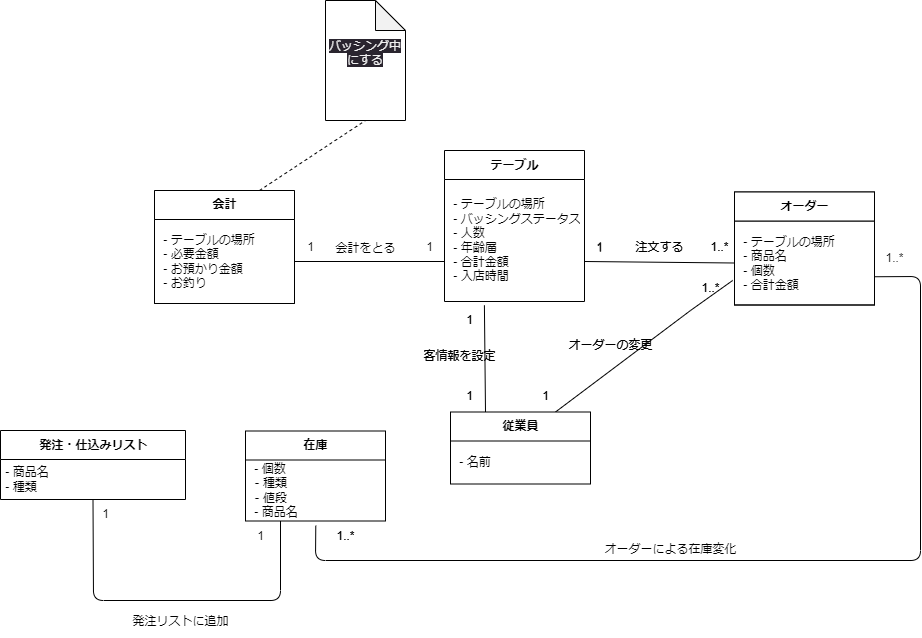
MasakiHiguchi/--- keeps this draw.io diagram as psp4/クラス図/クラス図_統合版.drawio.png. Above is the earlier version. Source tidied: cells renumbered, new cells last; positions are measured from the earlier drawing's top-left corner, leaving out a move shared by most shapes.
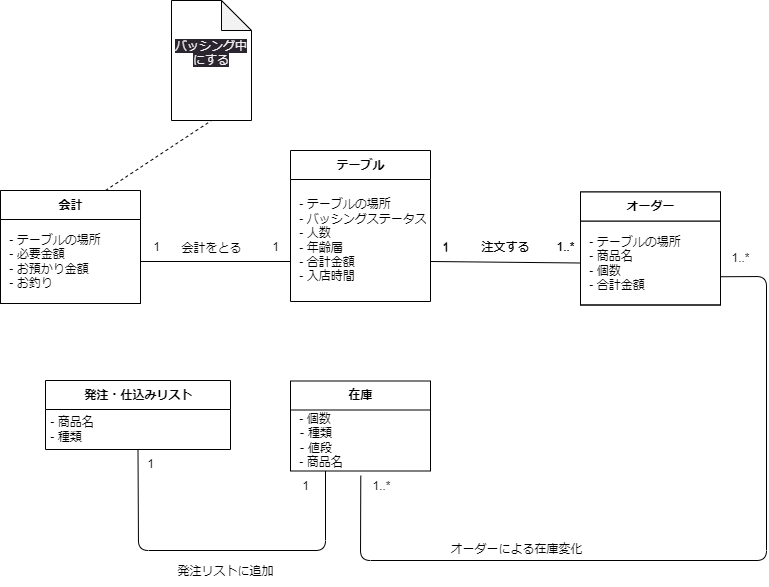
The same diagram one commit later.

What changed in the source:
```diff
@@ -23,32 +23,6 @@
     <mxCell id="8" value="注文する" style="text;html=1;align=center;verticalAlign=middle;strokeColor=none;fillColor=none;" parent="1" vertex="1">
       <mxGeometry x="624" y="231.5" width="70" height="30" as="geometry" />
     </mxCell>
-    <mxCell id="9" style="edgeStyle=none;html=1;exitX=0.25;exitY=0;exitDx=0;exitDy=0;entryX=0.285;entryY=1.031;entryDx=0;entryDy=0;entryPerimeter=0;endArrow=none;endFill=0;" parent="1" edge="1" source="11" target="3">
-      <mxGeometry relative="1" as="geometry" />
-    </mxCell>
-    <mxCell id="10" style="edgeStyle=none;html=1;exitX=0.75;exitY=0;exitDx=0;exitDy=0;entryX=-0.013;entryY=0.708;entryDx=0;entryDy=0;entryPerimeter=0;endArrow=none;endFill=0;" parent="1" edge="1" source="11">
-      <mxGeometry relative="1" as="geometry">
-        <mxPoint x="732.2" y="280" as="targetPoint" />
-        <Array as="points">
-          <mxPoint x="690" y="310" />
-        </Array>
-      </mxGeometry>
-    </mxCell>
-    <mxCell id="11" value="従業員" style="swimlane;fontStyle=1;align=center;verticalAlign=middle;horizontal=1;startSize=29;html=1;" parent="1" vertex="1">
-      <mxGeometry x="450" y="411.5" width="140" height="72" as="geometry" />
-    </mxCell>
-    <mxCell id="12" value="&amp;nbsp;- 名前" style="text;html=1;strokeColor=none;fillColor=none;align=left;verticalAlign=middle;spacingLeft=4;spacingRight=4;overflow=hidden;" parent="11" vertex="1">
-      <mxGeometry y="29" width="140" height="43" as="geometry" />
-    </mxCell>
-    <mxCell id="13" value="1" style="text;html=1;align=center;verticalAlign=middle;strokeColor=none;fillColor=none;" parent="1" vertex="1">
-      <mxGeometry x="454" y="381.5" width="30" height="30" as="geometry" />
-    </mxCell>
-    <mxCell id="14" value="1" style="text;html=1;align=center;verticalAlign=middle;strokeColor=none;fillColor=none;" parent="1" vertex="1">
-      <mxGeometry x="454" y="304.5" width="30" height="30" as="geometry" />
-    </mxCell>
-    <mxCell id="15" value="客情報を設定" style="text;html=1;align=center;verticalAlign=middle;strokeColor=none;fillColor=none;" parent="1" vertex="1">
-      <mxGeometry x="409" y="341.5" width="100" height="30" as="geometry" />
-    </mxCell>
     <mxCell id="16" value="会計" style="swimlane;fontStyle=1;align=center;verticalAlign=middle;horizontal=1;startSize=29;html=1;" parent="1" vertex="1">
       <mxGeometry x="154" y="190" width="140" height="113" as="geometry" />
     </mxCell>
@@ -64,25 +38,16 @@
     <mxCell id="20" value="会計をとる" style="text;html=1;align=center;verticalAlign=middle;strokeColor=none;fillColor=none;" parent="1" vertex="1">
       <mxGeometry x="325" y="233" width="80" height="30" as="geometry" />
     </mxCell>
-    <mxCell id="21" value="1" style="text;html=1;align=center;verticalAlign=middle;strokeColor=none;fillColor=none;" parent="1" vertex="1">
-      <mxGeometry x="530" y="381.5" width="30" height="30" as="geometry" />
-    </mxCell>
-    <mxCell id="22" value="1..*" style="text;html=1;align=center;verticalAlign=middle;strokeColor=none;fillColor=none;" parent="1" vertex="1">
-      <mxGeometry x="690" y="273" width="40" height="30" as="geometry" />
-    </mxCell>
-    <mxCell id="23" value="オーダーの変更" style="text;html=1;align=center;verticalAlign=middle;strokeColor=none;fillColor=none;" parent="1" vertex="1">
-      <mxGeometry x="555" y="330" width="110" height="30" as="geometry" />
-    </mxCell>
     <mxCell id="24" style="edgeStyle=none;html=1;exitX=0.25;exitY=1;exitDx=0;exitDy=0;entryX=0.5;entryY=1;entryDx=0;entryDy=0;endArrow=none;endFill=0;" parent="1" edge="1" source="25" target="29">
       <mxGeometry relative="1" as="geometry">
         <Array as="points">
-          <mxPoint x="280" y="600" />
-          <mxPoint x="93" y="600" />
+          <mxPoint x="479" y="550" />
+          <mxPoint x="292" y="550" />
         </Array>
       </mxGeometry>
     </mxCell>
     <mxCell id="25" value="在庫" style="swimlane;fontStyle=1;align=center;verticalAlign=middle;horizontal=1;startSize=29;html=1;" parent="1" vertex="1">
-      <mxGeometry x="245" y="430.5" width="140" height="90" as="geometry" />
+      <mxGeometry x="444" y="380.5" width="140" height="90" as="geometry" />
     </mxCell>
     <mxCell id="26" value="&amp;nbsp;- 個数&lt;br&gt;&amp;nbsp;‐ 種類&lt;br&gt;&amp;nbsp;‐ 値段&lt;br&gt;&amp;nbsp;- 商品名" style="text;html=1;strokeColor=none;fillColor=none;align=left;verticalAlign=middle;spacingLeft=4;spacingRight=4;overflow=hidden;points=[[0,0.5],[1,0.5]];portConstraint=eastwest;" parent="25" vertex="1">
       <mxGeometry y="29" width="140" height="61" as="geometry" />
@@ -92,21 +57,21 @@
         <Array as="points">
           <mxPoint x="920" y="276" />
           <mxPoint x="920" y="560" />
-          <mxPoint x="315" y="560" />
+          <mxPoint x="514" y="560" />
         </Array>
       </mxGeometry>
     </mxCell>
     <mxCell id="28" value="1..*" style="text;html=1;align=center;verticalAlign=middle;strokeColor=none;fillColor=none;" parent="1" vertex="1">
-      <mxGeometry x="325" y="520.5" width="40" height="30" as="geometry" />
+      <mxGeometry x="515" y="470.5" width="40" height="30" as="geometry" />
     </mxCell>
     <mxCell id="29" value="発注・仕込みリスト" style="swimlane;fontStyle=1;align=center;verticalAlign=middle;horizontal=1;startSize=29;html=1;" parent="1" vertex="1">
-      <mxGeometry y="430" width="185" height="69" as="geometry" />
+      <mxGeometry x="199" y="380" width="185" height="69" as="geometry" />
     </mxCell>
     <mxCell id="30" value="&lt;span style=&quot;&quot;&gt;&amp;nbsp;- 商品名&lt;/span&gt;&lt;br style=&quot;&quot;&gt;&lt;div style=&quot;&quot;&gt;&lt;span style=&quot;background-color: initial;&quot;&gt;&amp;nbsp;- 種類&lt;/span&gt;&lt;/div&gt;" style="text;html=1;align=left;verticalAlign=middle;strokeColor=none;fillColor=none;" parent="29" vertex="1">
       <mxGeometry y="29" width="185" height="40" as="geometry" />
     </mxCell>
     <mxCell id="31" value="発注リストに追加" style="text;html=1;align=center;verticalAlign=middle;strokeColor=none;fillColor=none;" parent="1" vertex="1">
-      <mxGeometry x="120" y="606" width="120" height="30" as="geometry" />
+      <mxGeometry x="319" y="556" width="120" height="30" as="geometry" />
     </mxCell>
     <mxCell id="32" style="edgeStyle=none;html=1;exitX=1;exitY=0.5;exitDx=0;exitDy=0;entryX=0;entryY=0.5;entryDx=0;entryDy=0;endArrow=none;endFill=0;" parent="1" edge="1" target="5">
       <mxGeometry relative="1" as="geometry">
@@ -125,15 +90,6 @@
     <mxCell id="36" value="注文する" style="text;html=1;align=center;verticalAlign=middle;strokeColor=none;fillColor=none;" parent="1" vertex="1">
       <mxGeometry x="624" y="231.5" width="70" height="30" as="geometry" />
     </mxCell>
-    <mxCell id="37" value="1" style="text;html=1;align=center;verticalAlign=middle;strokeColor=none;fillColor=none;" parent="1" vertex="1">
-      <mxGeometry x="454" y="381.5" width="30" height="30" as="geometry" />
-    </mxCell>
-    <mxCell id="38" value="1" style="text;html=1;align=center;verticalAlign=middle;strokeColor=none;fillColor=none;" parent="1" vertex="1">
-      <mxGeometry x="454" y="304.5" width="30" height="30" as="geometry" />
-    </mxCell>
-    <mxCell id="39" value="客情報を設定" style="text;html=1;align=center;verticalAlign=middle;strokeColor=none;fillColor=none;" parent="1" vertex="1">
-      <mxGeometry x="409" y="341.5" width="100" height="30" as="geometry" />
-    </mxCell>
     <mxCell id="40" style="edgeStyle=none;html=1;exitX=0.75;exitY=0;exitDx=0;exitDy=0;entryX=0.5;entryY=1;entryDx=0;entryDy=0;entryPerimeter=0;endArrow=none;endFill=0;dashed=1;" parent="1" edge="1" source="41" target="51">
       <mxGeometry relative="1" as="geometry" />
     </mxCell>
@@ -146,29 +102,17 @@
         <mxPoint x="294" y="261" as="targetPoint" />
       </mxGeometry>
     </mxCell>
-    <mxCell id="43" value="1" style="text;html=1;align=center;verticalAlign=middle;strokeColor=none;fillColor=none;" parent="1" vertex="1">
-      <mxGeometry x="530" y="381.5" width="30" height="30" as="geometry" />
-    </mxCell>
-    <mxCell id="44" value="1..*" style="text;html=1;align=center;verticalAlign=middle;strokeColor=none;fillColor=none;" parent="1" vertex="1">
-      <mxGeometry x="690" y="273" width="40" height="30" as="geometry" />
-    </mxCell>
-    <mxCell id="45" value="オーダーの変更" style="text;html=1;align=center;verticalAlign=middle;strokeColor=none;fillColor=none;" parent="1" vertex="1">
-      <mxGeometry x="555" y="330" width="110" height="30" as="geometry" />
-    </mxCell>
     <mxCell id="46" value="オーダーによる在庫変化" style="text;html=1;align=center;verticalAlign=middle;strokeColor=none;fillColor=none;" parent="1" vertex="1">
       <mxGeometry x="590" y="534" width="160" height="30" as="geometry" />
     </mxCell>
-    <mxCell id="47" value="1..*" style="text;html=1;align=center;verticalAlign=middle;strokeColor=none;fillColor=none;" parent="1" vertex="1">
-      <mxGeometry x="325" y="520.5" width="40" height="30" as="geometry" />
-    </mxCell>
     <mxCell id="48" value="1..*" style="text;html=1;align=center;verticalAlign=middle;strokeColor=none;fillColor=none;" parent="1" vertex="1">
       <mxGeometry x="874" y="243" width="40" height="30" as="geometry" />
     </mxCell>
     <mxCell id="49" value="1" style="text;html=1;align=center;verticalAlign=middle;strokeColor=none;fillColor=none;" parent="1" vertex="1">
-      <mxGeometry x="90" y="499" width="30" height="30" as="geometry" />
+      <mxGeometry x="289" y="449" width="30" height="30" as="geometry" />
     </mxCell>
     <mxCell id="50" value="1" style="text;html=1;align=center;verticalAlign=middle;strokeColor=none;fillColor=none;" parent="1" vertex="1">
-      <mxGeometry x="245" y="520.5" width="30" height="30" as="geometry" />
+      <mxGeometry x="444" y="470.5" width="30" height="30" as="geometry" />
     </mxCell>
     <mxCell id="51" value="&#10;&lt;span style=&quot;color: rgb(240, 240, 240); font-family: Helvetica; font-size: 12px; font-style: normal; font-variant-ligatures: normal; font-variant-caps: normal; font-weight: 400; letter-spacing: normal; orphans: 2; text-align: center; text-indent: 0px; text-transform: none; widows: 2; word-spacing: 0px; -webkit-text-stroke-width: 0px; background-color: rgb(42, 37, 47); text-decoration-thickness: initial; text-decoration-style: initial; text-decoration-color: initial; float: none; display: inline !important;&quot;&gt;バッシング中&lt;/span&gt;&lt;br style=&quot;border-color: rgb(0, 0, 0); color: rgb(240, 240, 240); font-family: Helvetica; font-size: 12px; font-style: normal; font-variant-ligatures: normal; font-variant-caps: normal; font-weight: 400; letter-spacing: normal; orphans: 2; text-align: center; text-indent: 0px; text-transform: none; widows: 2; word-spacing: 0px; -webkit-text-stroke-width: 0px; background-color: rgb(42, 37, 47); text-decoration-thickness: initial; text-decoration-style: initial; text-decoration-color: initial;&quot;&gt;&lt;span style=&quot;color: rgb(240, 240, 240); font-family: Helvetica; font-size: 12px; font-style: normal; font-variant-ligatures: normal; font-variant-caps: normal; font-weight: 400; letter-spacing: normal; orphans: 2; text-align: center; text-indent: 0px; text-transform: none; widows: 2; word-spacing: 0px; -webkit-text-stroke-width: 0px; background-color: rgb(42, 37, 47); text-decoration-thickness: initial; text-decoration-style: initial; text-decoration-color: initial; float: none; display: inline !important;&quot;&gt;にする&lt;/span&gt;&#10;&#10;" style="shape=note;whiteSpace=wrap;html=1;backgroundOutline=1;darkOpacity=0.05;" parent="1" vertex="1">
       <mxGeometry x="325" width="80" height="120" as="geometry" />
```
